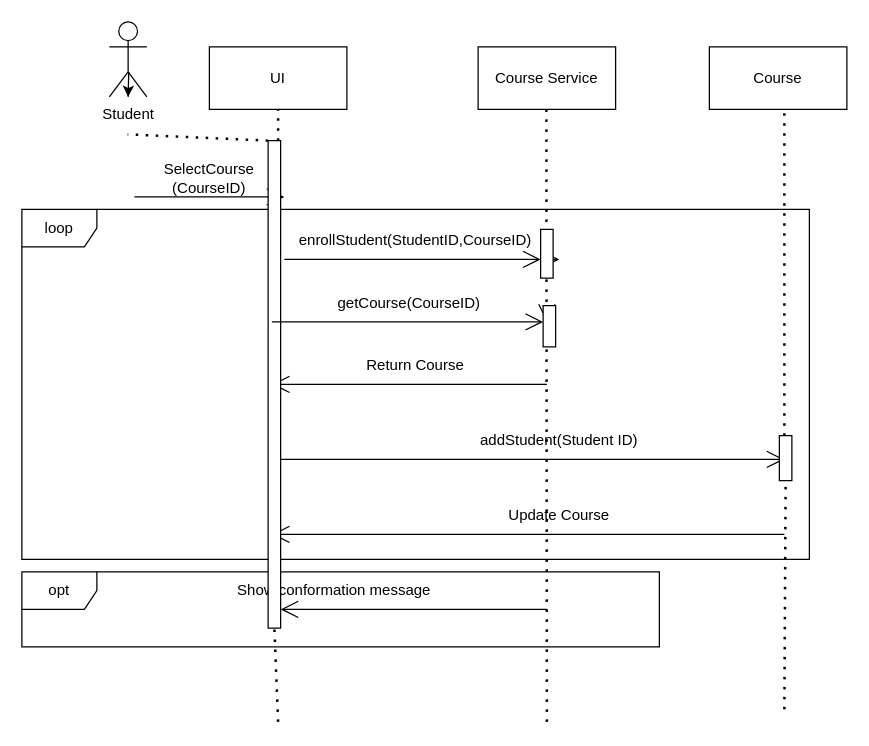
Earlier version of the draw.io diagram SeqDigram.drawio (John19-u/lab6). Source tidied: cells renumbered, new cells numbered last; positions are measured from the earlier drawing's top-left corner, leaving out a move shared by most shapes. Both pictures are drawn from the tidied source at 125%, with x=0, y=0 at pixel (21, 21).
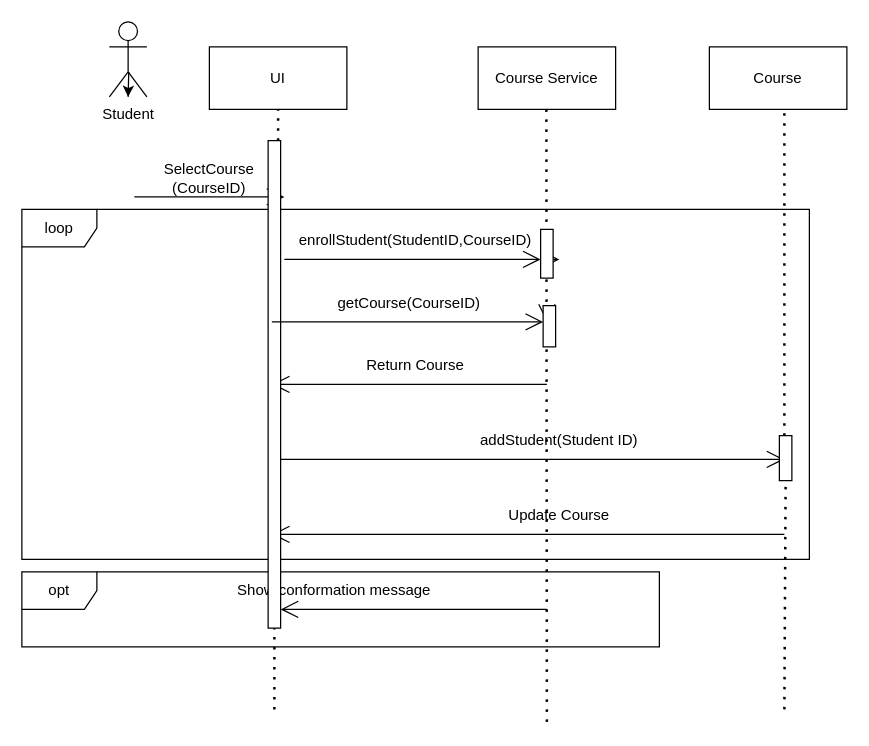
The same diagram, later.

The change refers to these unchanged cells:
```xml
<mxCell id="28" style="html=1;points=[[0,0,0,0,5],[0,1,0,0,-5],[1,0,0,0,5],[1,1,0,0,-5]];perimeter=orthogonalPerimeter;outlineConnect=0;targetShapes=umlLifeline;portConstraint=eastwest;newEdgeStyle={&quot;curved&quot;:0,&quot;rounded&quot;:0};" parent="1" vertex="1">
  <mxGeometry x="197" y="95" width="10" height="390" as="geometry" />
</mxCell>
```

Diff of the diagram source:
```diff
@@
-    <mxCell id="9" style="endArrow=none;dashed=1;html=1;dashPattern=1 3;strokeWidth=2;rounded=0;entryX=0.5;entryY=1;entryDx=0;entryDy=0;" parent="1" edge="1" source="28">
-      <mxGeometry relative="1" as="geometry">
-        <mxPoint x="84.6" y="90" as="targetPoint" />
-      </mxGeometry>
-    </mxCell>
@@
     <mxCell id="27" style="endArrow=none;dashed=1;html=1;dashPattern=1 3;strokeWidth=2;rounded=0;entryX=0.5;entryY=1;entryDx=0;entryDy=0;" parent="1" edge="1" target="28">
       <mxGeometry relative="1" as="geometry">
-        <mxPoint x="205" y="560" as="sourcePoint" />
+        <mxPoint x="202" y="550" as="sourcePoint" />
       </mxGeometry>
     </mxCell>
```
